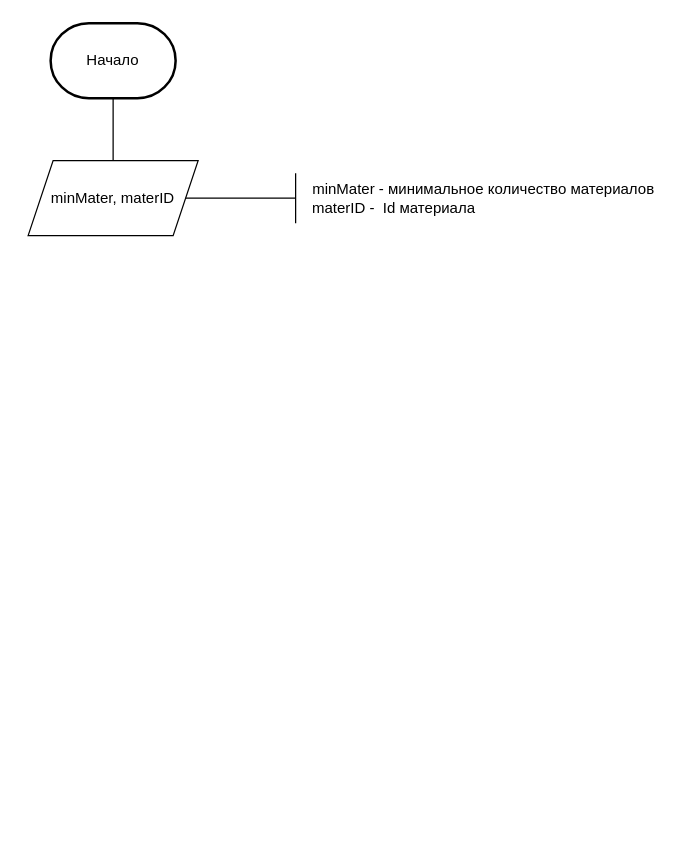
The draw.io diagram 2021glo2.drawio in FortunaMAKSIM/glo, before the edit. Source tidied: cells renumbered, new cells numbered last; positions are measured from the earlier drawing's top-left corner, leaving out a move shared by most shapes. Both pictures are drawn from the tidied source at 125%, with x=0, y=0 at pixel (28, 22).
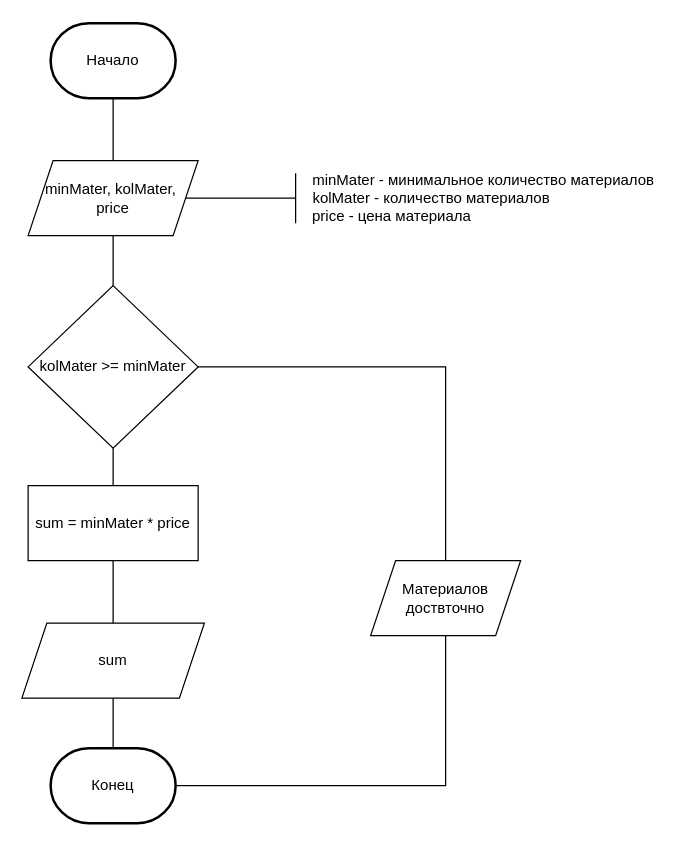
The same page after the edit.

Diff of the diagram source:
```diff
@@
-    <mxCell id="3" value="minMater, materID" style="shape=parallelogram;perimeter=parallelogramPerimeter;whiteSpace=wrap;html=1;fixedSize=1;" parent="1" vertex="1">
+    <mxCell id="3" value="minMater, kolMater,&amp;nbsp;&lt;br&gt;price" style="shape=parallelogram;perimeter=parallelogramPerimeter;whiteSpace=wrap;html=1;fixedSize=1;" parent="1" vertex="1">
       <mxGeometry y="110" width="136" height="60" as="geometry" />
     </mxCell>
@@
-    <mxCell id="7" value="minMater - минимальное количество материалов&lt;br&gt;materID -&amp;nbsp; Id материала&amp;nbsp; &amp;nbsp; &amp;nbsp; &amp;nbsp; &amp;nbsp; &amp;nbsp; &amp;nbsp; &amp;nbsp; &amp;nbsp; &amp;nbsp; &amp;nbsp; &amp;nbsp; &amp;nbsp; &amp;nbsp; &amp;nbsp; &amp;nbsp; &amp;nbsp; &amp;nbsp; &amp;nbsp; &amp;nbsp; &amp;nbsp; &amp;nbsp;" style="text;html=1;align=center;verticalAlign=middle;strokeColor=none;fillColor=none;" parent="1" vertex="1">
-      <mxGeometry x="214" y="120" width="300" height="40" as="geometry" />
+    <mxCell id="7" value="minMater - минимальное количество материалов&lt;br&gt;kolMater - количество материалов&amp;nbsp; &amp;nbsp; &amp;nbsp; &amp;nbsp; &amp;nbsp; &amp;nbsp; &amp;nbsp; &amp;nbsp; &amp;nbsp; &amp;nbsp; &amp;nbsp; &amp;nbsp; &amp;nbsp;&lt;br&gt;price - цена материала&amp;nbsp; &amp;nbsp; &amp;nbsp; &amp;nbsp; &amp;nbsp; &amp;nbsp; &amp;nbsp; &amp;nbsp; &amp;nbsp; &amp;nbsp; &amp;nbsp; &amp;nbsp; &amp;nbsp; &amp;nbsp; &amp;nbsp; &amp;nbsp; &amp;nbsp; &amp;nbsp; &amp;nbsp; &amp;nbsp; &amp;nbsp; &amp;nbsp;&amp;nbsp;" style="text;html=1;align=center;verticalAlign=middle;strokeColor=none;fillColor=none;" parent="1" vertex="1">
+      <mxGeometry x="214" y="110" width="300" height="60" as="geometry" />
     </mxCell>
+    <mxCell id="8" value="kolMater &amp;gt;= minMater" style="rhombus;whiteSpace=wrap;html=1;" parent="1" vertex="1">
+      <mxGeometry y="210" width="136" height="130" as="geometry" />
+    </mxCell>
+    <mxCell id="9" value="sum = minMater * price" style="rounded=0;whiteSpace=wrap;html=1;" parent="1" vertex="1">
+      <mxGeometry y="370" width="136" height="60" as="geometry" />
+    </mxCell>
+    <mxCell id="10" value="sum" style="shape=parallelogram;perimeter=parallelogramPerimeter;whiteSpace=wrap;html=1;fixedSize=1;" parent="1" vertex="1">
+      <mxGeometry x="-5" y="480" width="146" height="60" as="geometry" />
+    </mxCell>
+    <mxCell id="11" value="Конец" style="strokeWidth=2;html=1;shape=mxgraph.flowchart.terminator;whiteSpace=wrap;" parent="1" vertex="1">
+      <mxGeometry x="18" y="580" width="100" height="60" as="geometry" />
+    </mxCell>
+    <mxCell id="12" value="Материалов доствточно" style="shape=parallelogram;perimeter=parallelogramPerimeter;whiteSpace=wrap;html=1;fixedSize=1;" parent="1" vertex="1">
+      <mxGeometry x="274" y="430" width="120" height="60" as="geometry" />
+    </mxCell>
+    <mxCell id="13" style="endArrow=none;html=1;rounded=0;edgeStyle=orthogonalEdgeStyle;exitX=1;exitY=0.5;exitDx=0;exitDy=0;entryX=0.5;entryY=0;entryDx=0;entryDy=0;" parent="1" edge="1" source="8" target="12">
+      <mxGeometry relative="1" as="geometry" />
+    </mxCell>
+    <mxCell id="14" style="endArrow=none;html=1;rounded=0;entryX=0.5;entryY=1;entryDx=0;entryDy=0;edgeStyle=orthogonalEdgeStyle;exitX=1;exitY=0.5;exitDx=0;exitDy=0;exitPerimeter=0;" parent="1" edge="1" source="11" target="12">
+      <mxGeometry relative="1" as="geometry" />
+    </mxCell>
+    <mxCell id="15" style="endArrow=none;html=1;rounded=0;entryX=0.5;entryY=1;entryDx=0;entryDy=0;exitX=0.5;exitY=0;exitDx=0;exitDy=0;" parent="1" edge="1" source="8" target="3">
+      <mxGeometry relative="1" as="geometry" />
+    </mxCell>
+    <mxCell id="16" style="endArrow=none;html=1;rounded=0;entryX=0.5;entryY=1;entryDx=0;entryDy=0;exitX=0.5;exitY=0;exitDx=0;exitDy=0;" parent="1" edge="1" source="10" target="9">
+      <mxGeometry relative="1" as="geometry" />
+    </mxCell>
+    <mxCell id="17" style="endArrow=none;html=1;rounded=0;entryX=0.5;entryY=1;entryDx=0;entryDy=0;exitX=0.5;exitY=0;exitDx=0;exitDy=0;exitPerimeter=0;" parent="1" edge="1" source="11" target="10">
+      <mxGeometry relative="1" as="geometry" />
+    </mxCell>
+    <mxCell id="18" style="endArrow=none;html=1;rounded=0;entryX=0.5;entryY=1;entryDx=0;entryDy=0;exitX=0.5;exitY=0;exitDx=0;exitDy=0;" parent="1" edge="1" source="9" target="8">
+      <mxGeometry relative="1" as="geometry" />
+    </mxCell>
```
